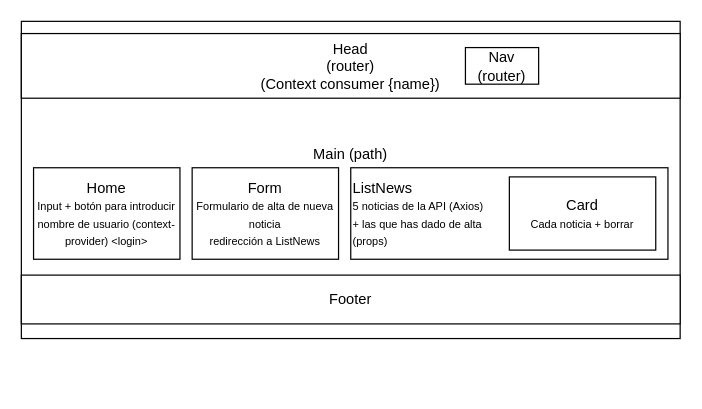
Above: public/Untitled Diagram.drawio in TaniuOp/React_Noticias (draw.io), before the change. Source tidied: cells renumbered, new cells numbered last; positions are measured from the earlier drawing's top-left corner, leaving out a move shared by most shapes. Both pictures are drawn from the tidied source at 122%, with x=0, y=0 at pixel (21, 21).
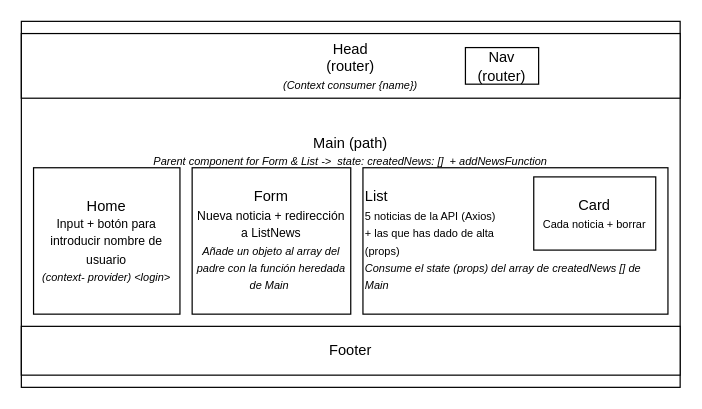
The same diagram, later.

The edit, as a diff of the source:
```diff
@@
 <mxGraphModel>
   <root>
     <mxCell id="0" />
     <mxCell id="1" parent="0" />
-    <mxCell id="2" value="Main (path)&lt;br&gt;&lt;br&gt;&lt;br&gt;&lt;br&gt;" style="rounded=0;whiteSpace=wrap;html=1;" parent="1" vertex="1">
-      <mxGeometry width="540" height="260" as="geometry" />
+    <mxCell id="2" value="Main (path)&lt;br&gt;&lt;font style=&quot;font-size: 9px&quot;&gt;&lt;i&gt;Parent component for Form &amp;amp; List -&amp;gt;&amp;nbsp;&amp;nbsp;state: createdNews: []&amp;nbsp; + addNewsFunction&lt;br&gt;&lt;/i&gt;&lt;/font&gt;&lt;br&gt;&lt;br&gt;&lt;br&gt;&lt;br&gt;&lt;br&gt;&lt;br&gt;" style="rounded=0;whiteSpace=wrap;html=1;" parent="1" vertex="1">
+      <mxGeometry width="540" height="300" as="geometry" />
     </mxCell>
-    <mxCell id="3" value="Home&lt;br&gt;&lt;font style=&quot;font-size: 9px&quot;&gt;Input + botón para introducir nombre de usuario (context- provider) &amp;lt;login&amp;gt;&lt;/font&gt;" style="rounded=0;whiteSpace=wrap;html=1;" parent="1" vertex="1">
-      <mxGeometry x="10" y="120" width="120" height="75" as="geometry" />
+    <mxCell id="3" value="Home&lt;br&gt;&lt;font&gt;&lt;font size=&quot;1&quot;&gt;Input + botón para introducir nombre de usuario &lt;/font&gt;&lt;br&gt;&lt;font style=&quot;font-size: 9px&quot;&gt;&lt;i&gt;(context- provider) &amp;lt;login&amp;gt;&lt;/i&gt;&lt;/font&gt;&lt;/font&gt;" style="rounded=0;whiteSpace=wrap;html=1;" parent="1" vertex="1">
+      <mxGeometry x="10" y="120" width="120" height="120" as="geometry" />
     </mxCell>
-    <mxCell id="4" value="Head &lt;br&gt;(router)&lt;br&gt;(Context consumer {name})" style="rounded=0;whiteSpace=wrap;html=1;" parent="1" vertex="1">
+    <mxCell id="4" value="Head &lt;br&gt;(router)&lt;br&gt;&lt;font style=&quot;font-size: 9px&quot;&gt;&lt;i&gt;(Context consumer {name})&lt;/i&gt;&lt;/font&gt;" style="rounded=0;whiteSpace=wrap;html=1;" parent="1" vertex="1">
       <mxGeometry y="10" width="540" height="53" as="geometry" />
     </mxCell>
     <mxCell id="5" value="Nav (router)" style="rounded=0;whiteSpace=wrap;html=1;" parent="1" vertex="1">
       <mxGeometry x="364" y="21.5" width="60" height="30" as="geometry" />
     </mxCell>
-    <mxCell id="6" value="Form&lt;br&gt;&lt;font style=&quot;font-size: 9px&quot;&gt;Formulario de alta de nueva noticia&lt;br&gt;redirección a ListNews&lt;br&gt;&lt;/font&gt;" style="rounded=0;whiteSpace=wrap;html=1;" parent="1" vertex="1">
-      <mxGeometry x="140" y="120" width="120" height="75" as="geometry" />
+    <mxCell id="6" value="Form&lt;br&gt;&lt;font&gt;&lt;font size=&quot;1&quot;&gt;Nueva noticia + redirección a ListNews&lt;/font&gt;&lt;br&gt;&lt;font style=&quot;font-size: 9px&quot;&gt;&lt;i&gt;Añade un objeto al array del padre con la función heredada de Main&lt;/i&gt;&lt;/font&gt;&lt;font size=&quot;1&quot;&gt;&amp;nbsp;&lt;/font&gt;&lt;br&gt;&lt;/font&gt;" style="rounded=0;whiteSpace=wrap;html=1;" parent="1" vertex="1">
+      <mxGeometry x="140" y="120" width="130" height="120" as="geometry" />
     </mxCell>
-    <mxCell id="7" value="ListNews&lt;br&gt;&lt;font style=&quot;font-size: 9px&quot;&gt;5 noticias de la API (Axios) &lt;br&gt;+ las que has dado de alta &lt;br&gt;(props)&lt;/font&gt;" style="rounded=0;whiteSpace=wrap;html=1;align=left;" parent="1" vertex="1">
-      <mxGeometry x="270" y="120" width="260" height="75" as="geometry" />
+    <mxCell id="7" value="List&lt;br&gt;&lt;font style=&quot;font-size: 9px&quot;&gt;5 noticias de la API (Axios) &lt;br&gt;+ las que has dado de alta &lt;br&gt;(props)&lt;br&gt;&lt;i&gt;Consume el state (props) del array de createdNews [] de Main&lt;/i&gt;&lt;br&gt;&lt;/font&gt;" style="rounded=0;whiteSpace=wrap;html=1;align=left;" parent="1" vertex="1">
+      <mxGeometry x="280" y="120" width="250" height="120" as="geometry" />
     </mxCell>
     <mxCell id="8" value="Card&lt;br&gt;&lt;font style=&quot;font-size: 9px&quot;&gt;Cada noticia + borrar&lt;/font&gt;" style="rounded=0;whiteSpace=wrap;html=1;" parent="1" vertex="1">
-      <mxGeometry x="400" y="127.5" width="120" height="60" as="geometry" />
+      <mxGeometry x="420" y="127.5" width="100" height="60" as="geometry" />
     </mxCell>
     <mxCell id="9" value="Footer" style="rounded=0;whiteSpace=wrap;html=1;" parent="1" vertex="1">
-      <mxGeometry y="208" width="540" height="40" as="geometry" />
+      <mxGeometry y="250" width="540" height="40" as="geometry" />
     </mxCell>
   </root>
 </mxGraphModel>
```
